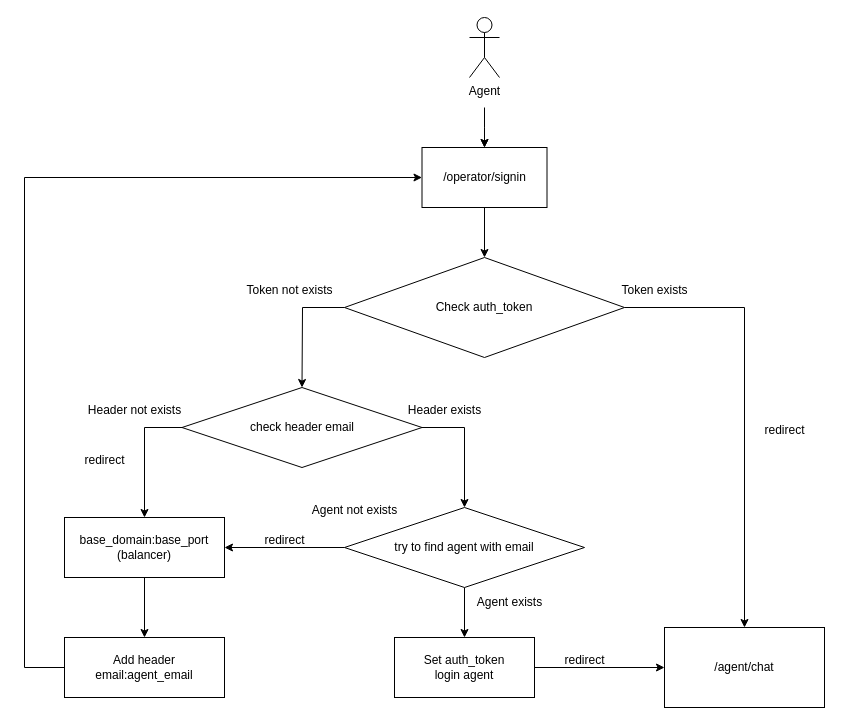
Above: Integration_with_balancer.drawio in vasiliypozhinskiy/AD_integrations (draw.io), before the change. Source tidied: cells renumbered, new cells numbered last; positions are measured from the earlier drawing's top-left corner, leaving out a move shared by most shapes. Both pictures are drawn from the tidied source at 100%, with x=0, y=0 at pixel (24, 17).
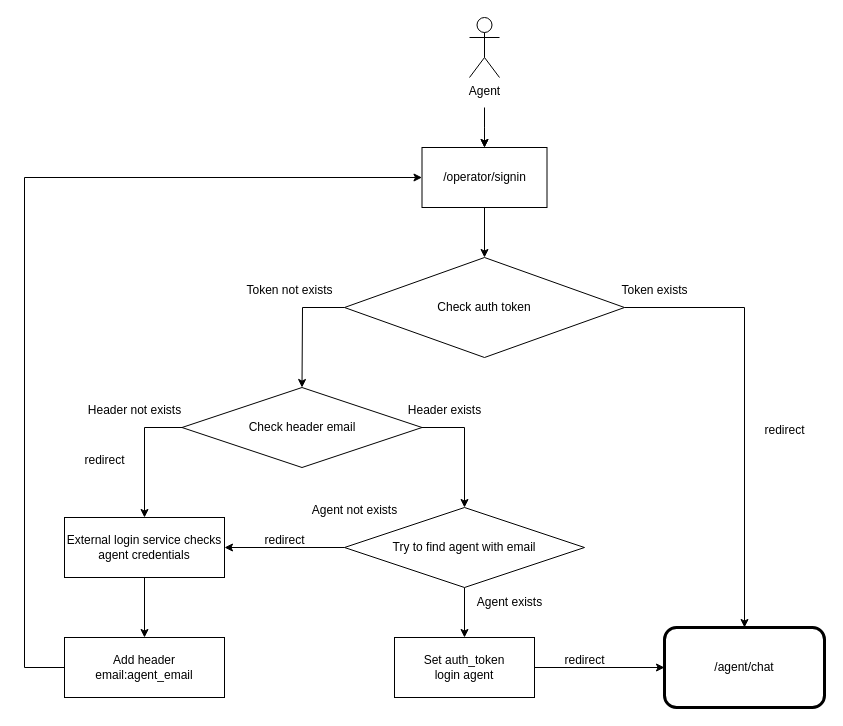
After the change.

What changed in the source:
```diff
@@
-    <mxCell id="2" value="Check auth_token" style="rhombus;whiteSpace=wrap;html=1;" parent="1" vertex="1">
+    <mxCell id="2" value="Check auth token" style="rhombus;whiteSpace=wrap;html=1;" parent="1" vertex="1">
       <mxGeometry x="320" y="240" width="280" height="100" as="geometry" />
     </mxCell>
@@
-    <mxCell id="12" value="/agent/chat" style="rounded=0;whiteSpace=wrap;html=1;" parent="1" vertex="1">
+    <mxCell id="12" value="/agent/chat" style="rounded=1;whiteSpace=wrap;html=1;strokeWidth=3;" parent="1" vertex="1">
       <mxGeometry x="640" y="610" width="160" height="80" as="geometry" />
     </mxCell>
@@
-    <mxCell id="14" value="check header email" style="rhombus;whiteSpace=wrap;html=1;" parent="1" vertex="1">
+    <mxCell id="14" value="Check header email" style="rhombus;whiteSpace=wrap;html=1;" parent="1" vertex="1">
       <mxGeometry x="157.5" y="370" width="240" height="80" as="geometry" />
     </mxCell>
@@
-    <mxCell id="17" value="&lt;div&gt;base_domain:base_port&lt;/div&gt;&lt;div&gt;(balancer)&lt;/div&gt;" style="rounded=0;whiteSpace=wrap;html=1;" parent="1" vertex="1">
+    <mxCell id="17" value="&lt;div&gt;External login service checks agent credentials&lt;br&gt;&lt;/div&gt;" style="rounded=0;whiteSpace=wrap;html=1;" parent="1" vertex="1">
       <mxGeometry x="40" y="500" width="160" height="60" as="geometry" />
     </mxCell>
@@
-    <mxCell id="23" value="try to find agent with email" style="rhombus;whiteSpace=wrap;html=1;" parent="1" vertex="1">
+    <mxCell id="23" value="Try to find agent with email" style="rhombus;whiteSpace=wrap;html=1;" parent="1" vertex="1">
       <mxGeometry x="320" y="490" width="240" height="80" as="geometry" />
     </mxCell>
```
